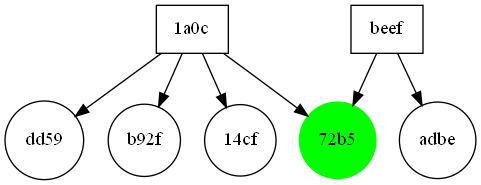
Above: graph.png in Danielryan98/DataAnalysisTool (Graphviz), before the change. Its source is kept beside it as graph.dot. Its diagram source:
```dot
digraph "also likes" {
	"72b5" [label="72b5" color=green shape=circle style=filled]
	"1a0c" [label="1a0c" shape=box]
	"1a0c" -> "72b5"
	beef [label=beef shape=box]
	beef -> "72b5"
	dd59 [label=dd59 shape=circle]
	"1a0c" [label="1a0c" shape=box]
	"1a0c" -> dd59
	b92f [label=b92f shape=circle]
	"1a0c" [label="1a0c" shape=box]
	"1a0c" -> b92f
	adbe [label=adbe shape=circle]
	beef [label=beef shape=box]
	beef -> adbe
	"14cf" [label="14cf" shape=circle]
	"1a0c" [label="1a0c" shape=box]
	"1a0c" -> "14cf"
}
```
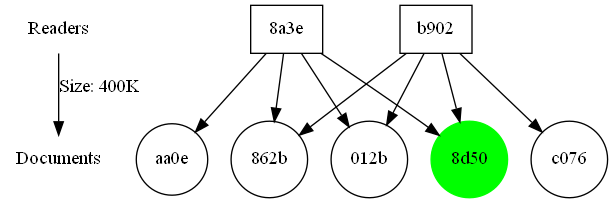
After the change.

Commit message:
Added graph key, removed graph axis.

Change to the diagram source:
```diff
@@ -1,19 +1,26 @@
 digraph "also likes" {
-	"72b5" [label="72b5" color=green shape=circle style=filled]
-	"1a0c" [label="1a0c" shape=box]
-	"1a0c" -> "72b5"
-	beef [label=beef shape=box]
-	beef -> "72b5"
-	dd59 [label=dd59 shape=circle]
-	"1a0c" [label="1a0c" shape=box]
-	"1a0c" -> dd59
-	b92f [label=b92f shape=circle]
-	"1a0c" [label="1a0c" shape=box]
-	"1a0c" -> b92f
-	adbe [label=adbe shape=circle]
-	beef [label=beef shape=box]
-	beef -> adbe
-	"14cf" [label="14cf" shape=circle]
-	"1a0c" [label="1a0c" shape=box]
-	"1a0c" -> "14cf"
+	Readers [label=Readers shape=none]
+	Documents [label=Documents shape=none]
+	Readers -> Documents [label="Size: 400K"]
+	"8d50" [label="8d50" color=green shape=circle style=filled]
+	"8a3e" [label="8a3e" shape=box]
+	"8a3e" -> "8d50"
+	b902 [label=b902 shape=box]
+	b902 -> "8d50"
+	"862b" [label="862b" shape=circle]
+	"8a3e" [label="8a3e" shape=box]
+	"8a3e" -> "862b"
+	b902 [label=b902 shape=box]
+	b902 -> "862b"
+	"012b" [label="012b" shape=circle]
+	"8a3e" [label="8a3e" shape=box]
+	"8a3e" -> "012b"
+	b902 [label=b902 shape=box]
+	b902 -> "012b"
+	c076 [label=c076 shape=circle]
+	b902 [label=b902 shape=box]
+	b902 -> c076
+	aa0e [label=aa0e shape=circle]
+	"8a3e" [label="8a3e" shape=box]
+	"8a3e" -> aa0e
 }
```
